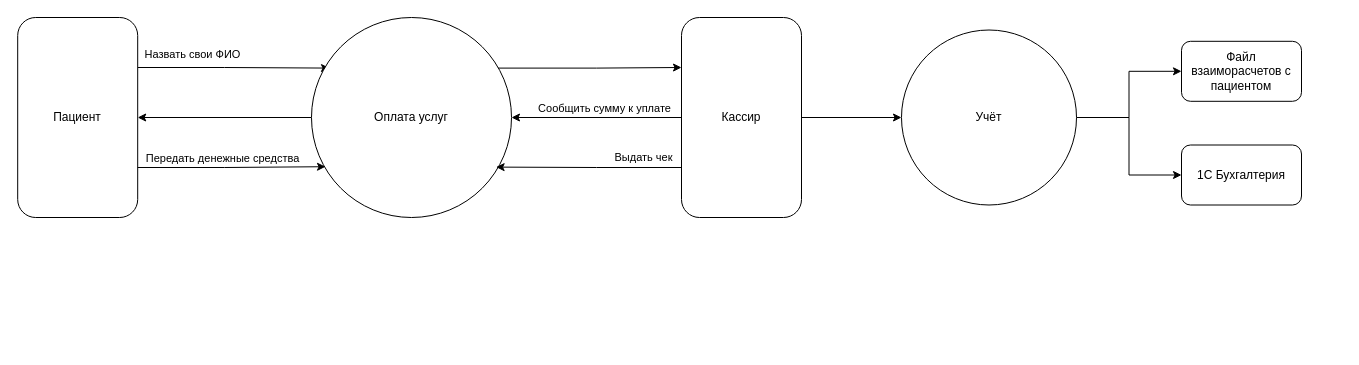
Before: Task1/patient_payment.drawio in kelwar/architecture-medikamente, a draw.io diagram. Source tidied: cells renumbered, new cells numbered last; positions are measured from the earlier drawing's top-left corner, leaving out a move shared by most shapes. Both pictures are drawn from the tidied source at 100%, with x=0, y=0 at pixel (17, 17).
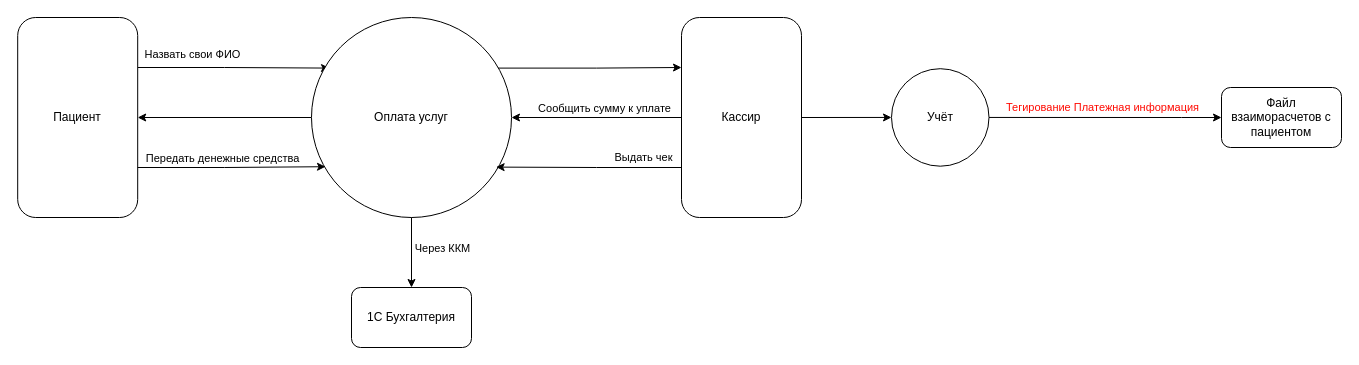
The same diagram, later.

The change refers to these unchanged cells:
```xml
<mxCell id="15" value="Оплата услуг" style="ellipse;whiteSpace=wrap;html=1;" parent="1" vertex="1">
  <mxGeometry x="294" width="200" height="200" as="geometry" />
</mxCell>
```

The edit, as a diff of the source:
```diff
@@
-    <mxCell id="9" style="edgeStyle=orthogonalEdgeStyle;rounded=0;jettySize=auto;html=1;exitX=1;exitY=0.5;exitDx=0;exitDy=0;" parent="1" edge="1" source="11" target="12">
-      <mxGeometry relative="1" as="geometry" />
+    <mxCell id="9" style="edgeStyle=orthogonalEdgeStyle;rounded=0;jettySize=auto;html=1;exitX=1;exitY=0.5;exitDx=0;exitDy=0;entryX=0;entryY=0.5;entryDx=0;entryDy=0;" parent="1" edge="1" source="11" target="12">
+      <mxGeometry relative="1" as="geometry">
+        <Array as="points">
+          <mxPoint x="1164" y="100" />
+          <mxPoint x="1164" y="100" />
+        </Array>
+      </mxGeometry>
     </mxCell>
+    <mxCell id="21" value="Тегирование Платежная информация" style="edgeLabel;html=1;align=center;verticalAlign=middle;fontColor=#FF0A02;" parent="9" vertex="1">
+      <mxGeometry x="-0.05" relative="1" as="geometry">
+        <mxPoint x="3" y="-10" as="offset" />
+      </mxGeometry>
+    </mxCell>
-    <mxCell id="10" style="edgeStyle=orthogonalEdgeStyle;rounded=0;jettySize=auto;html=1;exitX=1;exitY=0.5;exitDx=0;exitDy=0;entryX=0;entryY=0.5;entryDx=0;entryDy=0;" parent="1" edge="1" source="11" target="20">
-      <mxGeometry relative="1" as="geometry" />
+    <mxCell id="10" style="edgeStyle=orthogonalEdgeStyle;rounded=0;jettySize=auto;html=1;exitX=0.5;exitY=1;exitDx=0;exitDy=0;entryX=0.5;entryY=0;entryDx=0;entryDy=0;" parent="1" edge="1" source="15" target="20">
+      <mxGeometry relative="1" as="geometry">
+        <Array as="points">
+          <mxPoint x="394" y="190" />
+          <mxPoint x="394" y="190" />
+        </Array>
+      </mxGeometry>
     </mxCell>
+    <mxCell id="22" value="Через ККМ" style="edgeLabel;html=1;align=center;verticalAlign=middle;" parent="10" vertex="1">
+      <mxGeometry x="-0.14" y="2" relative="1" as="geometry">
+        <mxPoint x="28" y="11" as="offset" />
+      </mxGeometry>
+    </mxCell>
     <mxCell id="11" value="Учёт" style="ellipse;whiteSpace=wrap;html=1;" parent="1" vertex="1">
-      <mxGeometry x="884" y="12.5" width="175" height="175" as="geometry" />
+      <mxGeometry x="874" y="51.2" width="97.5" height="97.5" as="geometry" />
     </mxCell>
     <mxCell id="12" value="Файл взаиморасчетов с пациентом" style="rounded=1;whiteSpace=wrap;html=1;" parent="1" vertex="1">
-      <mxGeometry x="1164" y="23.8" width="120" height="60" as="geometry" />
+      <mxGeometry x="1204" y="70" width="120" height="60" as="geometry" />
     </mxCell>
@@
     <mxCell id="20" value="1С Бухгалтерия" style="rounded=1;whiteSpace=wrap;html=1;" parent="1" vertex="1">
-      <mxGeometry x="1164" y="127.5" width="120" height="60" as="geometry" />
+      <mxGeometry x="334" y="270" width="120" height="60" as="geometry" />
     </mxCell>
```
